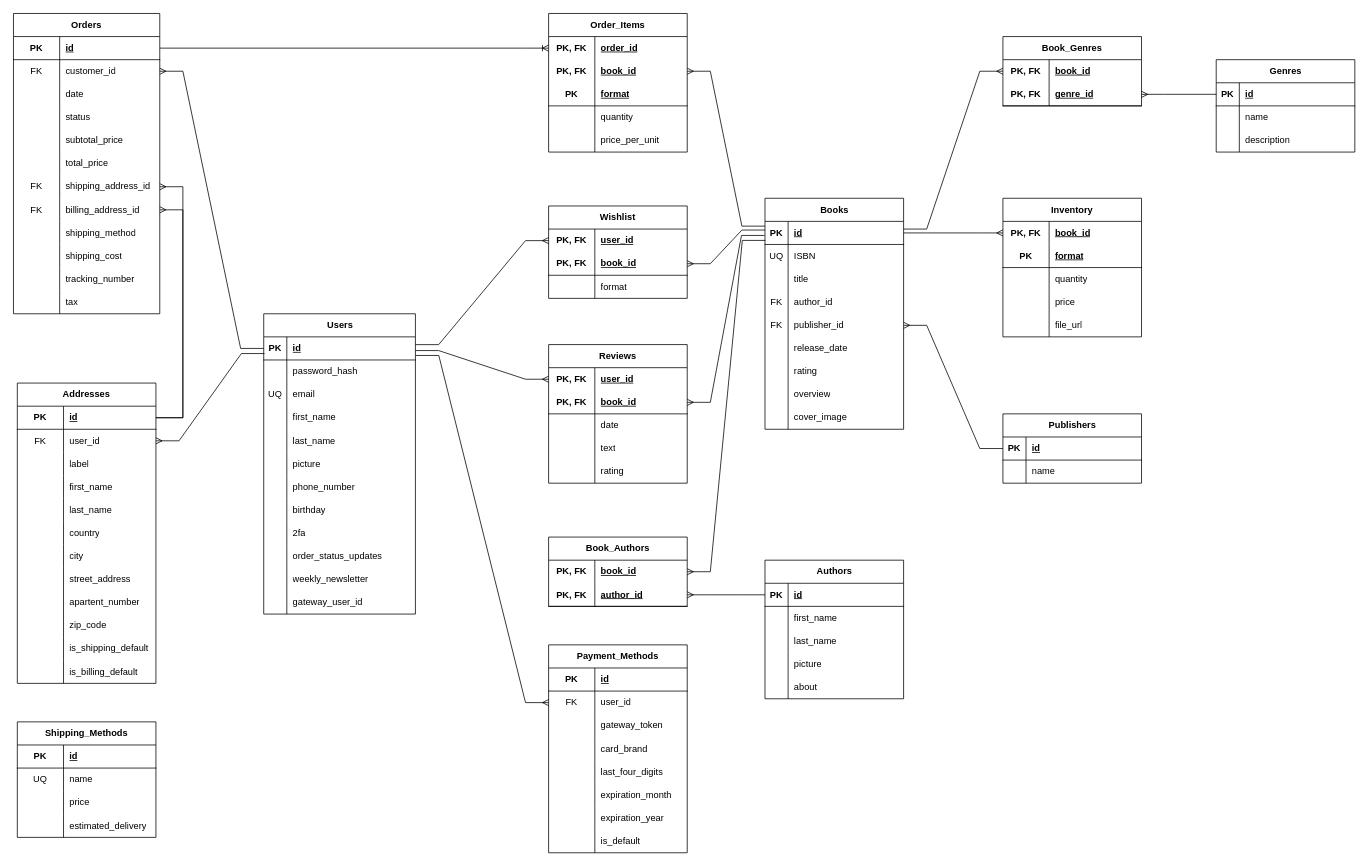
Above: ERD.drawio in ShayTam/Bookstore (draw.io), before the change. Source tidied: cells renumbered, new cells numbered last; positions are measured from the earlier drawing's top-left corner, leaving out a move shared by most shapes. Both pictures are drawn from the tidied source at 77%, with x=0, y=0 at pixel (13, 13).
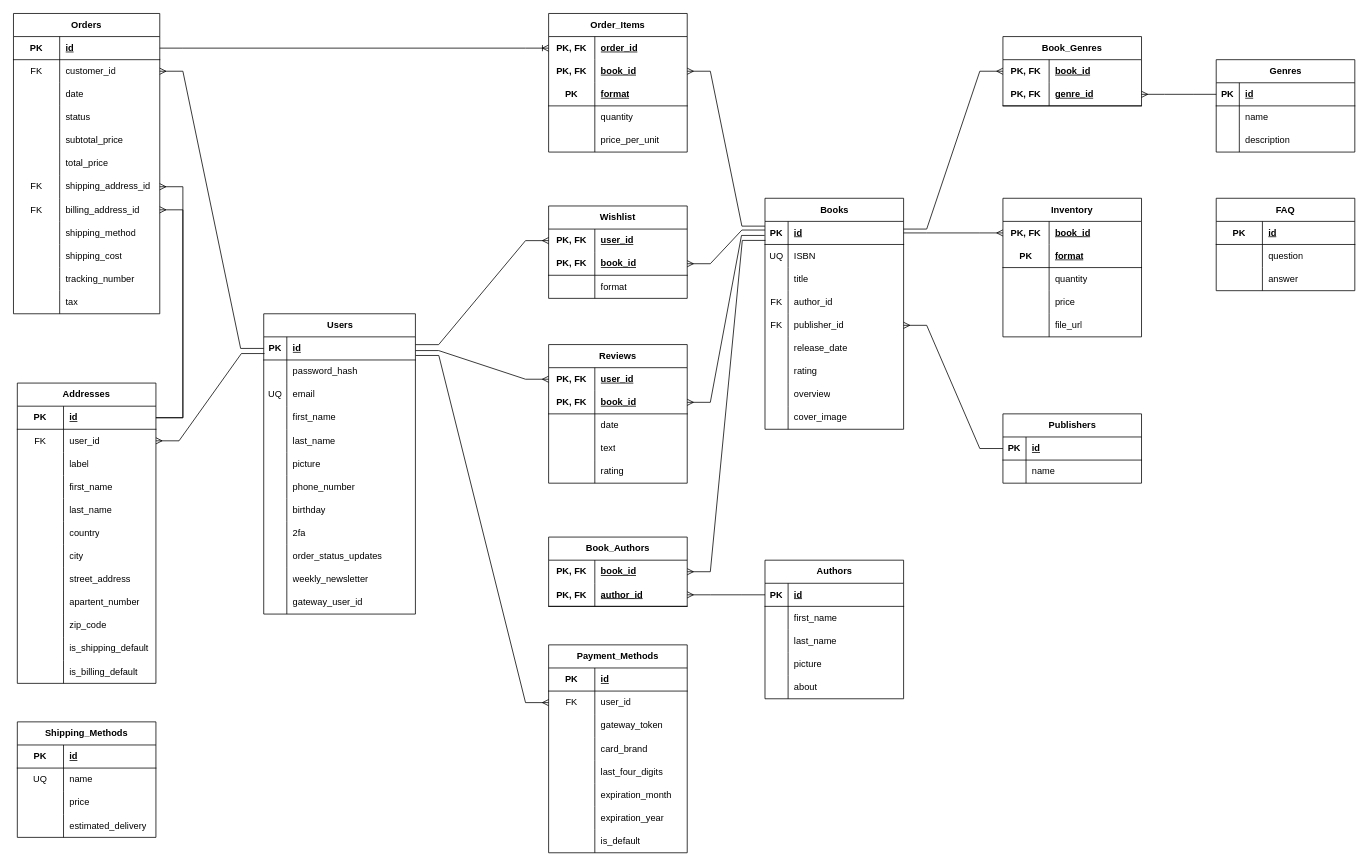
The same page after the edit.

Commit message:
Added FAQ table

What changed in the source:
```diff
@@
+    <mxCell id="301" value="FAQ" style="shape=table;startSize=30;childLayout=tableLayout;rowLines=0;fontStyle=1;align=center;html=1;whiteSpace=wrap;" parent="1" vertex="1">
+      <mxGeometry x="1562" y="240" width="180" height="120" as="geometry" />
+    </mxCell>
+    <mxCell id="302" style="shape=tableRow;horizontal=0;startSize=0;swimlaneHead=0;swimlaneBody=0;fillColor=none;top=0;left=0;right=0;bottom=1;html=1;" parent="301" vertex="1">
+      <mxGeometry y="30" width="180" height="30" as="geometry" />
+    </mxCell>
+    <mxCell id="303" value="&lt;span style=&quot;font-weight: 700;&quot;&gt;PK&lt;/span&gt;" style="shape=partialRectangle;fillColor=none;top=0;left=0;bottom=0;right=0;fontStyle=0;overflow=hidden;html=1;whiteSpace=wrap;" parent="302" vertex="1">
+      <mxGeometry width="60" height="30" as="geometry" />
+    </mxCell>
+    <mxCell id="304" value="&lt;span style=&quot;font-weight: 700; text-decoration: underline;&quot;&gt;id&lt;/span&gt;" style="shape=partialRectangle;fillColor=none;top=0;left=0;bottom=0;right=0;align=left;spacingLeft=6;fontStyle=0;overflow=hidden;html=1;whiteSpace=wrap;" parent="302" vertex="1">
+      <mxGeometry x="60" width="120" height="30" as="geometry" />
+    </mxCell>
+    <mxCell id="305" style="shape=tableRow;horizontal=0;startSize=0;swimlaneHead=0;swimlaneBody=0;fillColor=none;top=0;left=0;right=0;bottom=0;html=1;" parent="301" vertex="1">
+      <mxGeometry y="60" width="180" height="30" as="geometry" />
+    </mxCell>
+    <mxCell id="306" style="shape=partialRectangle;fillColor=none;top=0;left=0;bottom=0;right=0;overflow=hidden;html=1;whiteSpace=wrap;" parent="305" vertex="1">
+      <mxGeometry width="60" height="30" as="geometry" />
+    </mxCell>
+    <mxCell id="307" value="question" style="shape=partialRectangle;fillColor=none;top=0;left=0;bottom=0;right=0;align=left;spacingLeft=6;overflow=hidden;html=1;whiteSpace=wrap;" parent="305" vertex="1">
+      <mxGeometry x="60" width="120" height="30" as="geometry" />
+    </mxCell>
+    <mxCell id="308" style="shape=tableRow;horizontal=0;startSize=0;swimlaneHead=0;swimlaneBody=0;fillColor=none;top=0;left=0;right=0;bottom=0;html=1;" parent="301" vertex="1">
+      <mxGeometry y="90" width="180" height="30" as="geometry" />
+    </mxCell>
+    <mxCell id="309" style="shape=partialRectangle;fillColor=none;top=0;left=0;bottom=0;right=0;overflow=hidden;html=1;whiteSpace=wrap;" parent="308" vertex="1">
+      <mxGeometry width="60" height="30" as="geometry" />
+    </mxCell>
+    <mxCell id="310" value="answer" style="shape=partialRectangle;fillColor=none;top=0;left=0;bottom=0;right=0;align=left;spacingLeft=6;overflow=hidden;html=1;whiteSpace=wrap;" parent="308" vertex="1">
+      <mxGeometry x="60" width="120" height="30" as="geometry" />
+    </mxCell>
```
